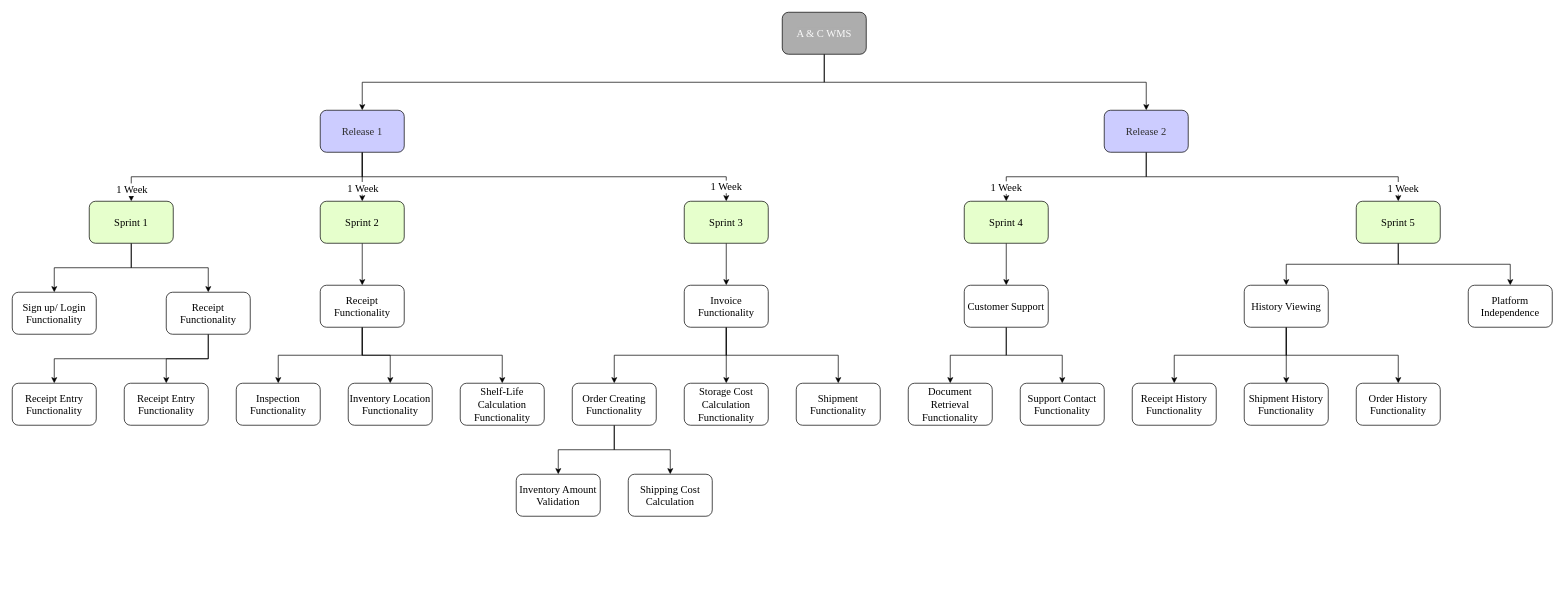
Before: Untitled Diagram.drawio in abhishekstha98/for-md, a draw.io diagram. Source tidied: cells renumbered, new cells numbered last; positions are measured from the earlier drawing's top-left corner, leaving out a move shared by most shapes. Both pictures are drawn from the tidied source at 70%, with x=0, y=0 at pixel (12, 12).
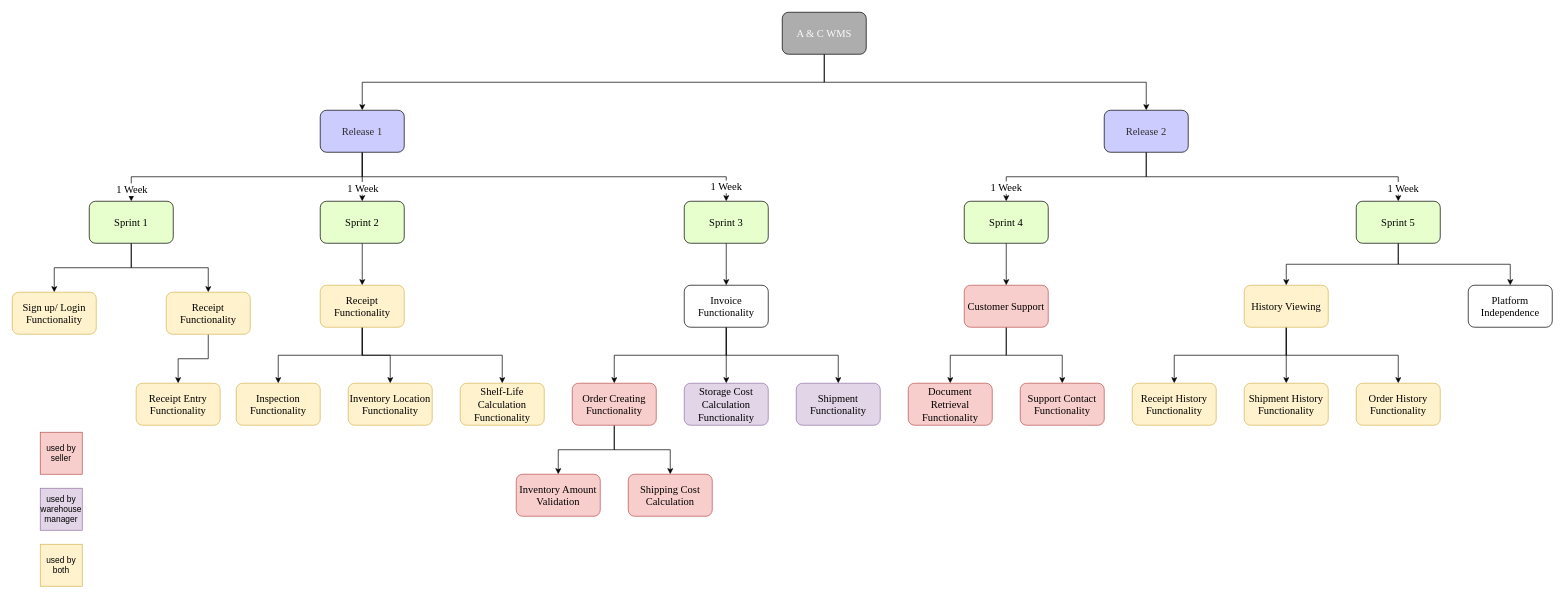
The same page after the edit.

What changed in the source:
```diff
@@
-    <mxCell id="19" value="Inspection Functionality" style="rounded=1;whiteSpace=wrap;html=1;fontSize=15;fontFamily=Times New Roman;" parent="1" vertex="1">
+    <mxCell id="19" value="Inspection Functionality" style="rounded=1;whiteSpace=wrap;html=1;fontSize=15;fontFamily=Times New Roman;fillColor=#fff2cc;strokeColor=#d6b656;" parent="1" vertex="1">
       <mxGeometry x="320" y="530" width="120" height="60" as="geometry" />
     </mxCell>
-    <mxCell id="20" value="Inventory Location Functionality" style="rounded=1;whiteSpace=wrap;html=1;fontSize=15;fontFamily=Times New Roman;" parent="1" vertex="1">
+    <mxCell id="20" value="Inventory Location Functionality" style="rounded=1;whiteSpace=wrap;html=1;fontSize=15;fontFamily=Times New Roman;fillColor=#fff2cc;strokeColor=#d6b656;" parent="1" vertex="1">
       <mxGeometry x="480" y="530" width="120" height="60" as="geometry" />
     </mxCell>
-    <mxCell id="21" value="Shelf-Life Calculation Functionality" style="rounded=1;whiteSpace=wrap;html=1;fontSize=15;fontFamily=Times New Roman;" parent="1" vertex="1">
+    <mxCell id="21" value="Shelf-Life Calculation Functionality" style="rounded=1;whiteSpace=wrap;html=1;fontSize=15;fontFamily=Times New Roman;fillColor=#fff2cc;strokeColor=#d6b656;" parent="1" vertex="1">
       <mxGeometry x="640" y="530" width="120" height="60" as="geometry" />
     </mxCell>
-    <mxCell id="22" value="Receipt Entry Functionality" style="rounded=1;whiteSpace=wrap;html=1;fontSize=15;fontFamily=Times New Roman;" parent="1" vertex="1">
-      <mxGeometry x="160" y="530" width="120" height="60" as="geometry" />
+    <mxCell id="22" value="Receipt Entry Functionality" style="rounded=1;whiteSpace=wrap;html=1;fontSize=15;fontFamily=Times New Roman;fillColor=#fff2cc;strokeColor=#d6b656;" parent="1" vertex="1">
+      <mxGeometry x="177" y="530" width="120" height="60" as="geometry" />
     </mxCell>
@@
-    <mxCell id="27" value="Order Creating Functionality" style="rounded=1;whiteSpace=wrap;html=1;fontSize=15;fontFamily=Times New Roman;" parent="1" vertex="1">
+    <mxCell id="27" value="Order Creating Functionality" style="rounded=1;whiteSpace=wrap;html=1;fontSize=15;fontFamily=Times New Roman;fillColor=#f8cecc;strokeColor=#b85450;" parent="1" vertex="1">
       <mxGeometry x="800" y="530" width="120" height="60" as="geometry" />
     </mxCell>
-    <mxCell id="28" value="Storage Cost Calculation Functionality" style="rounded=1;whiteSpace=wrap;html=1;fontSize=15;fontFamily=Times New Roman;" parent="1" vertex="1">
+    <mxCell id="28" value="Storage Cost Calculation Functionality" style="rounded=1;whiteSpace=wrap;html=1;fontSize=15;fontFamily=Times New Roman;fillColor=#e1d5e7;strokeColor=#9673a6;" parent="1" vertex="1">
       <mxGeometry x="960" y="530" width="120" height="60" as="geometry" />
     </mxCell>
-    <mxCell id="29" value="Shipment Functionality" style="rounded=1;whiteSpace=wrap;html=1;fontSize=15;fontFamily=Times New Roman;" parent="1" vertex="1">
+    <mxCell id="29" value="Shipment Functionality" style="rounded=1;whiteSpace=wrap;html=1;fontSize=15;fontFamily=Times New Roman;fillColor=#e1d5e7;strokeColor=#9673a6;" parent="1" vertex="1">
       <mxGeometry x="1120" y="530" width="120" height="60" as="geometry" />
     </mxCell>
-    <mxCell id="30" value="Shipping Cost Calculation" style="rounded=1;whiteSpace=wrap;html=1;fontSize=15;fontFamily=Times New Roman;" parent="1" vertex="1">
+    <mxCell id="30" value="Shipping Cost Calculation" style="rounded=1;whiteSpace=wrap;html=1;fontSize=15;fontFamily=Times New Roman;fillColor=#f8cecc;strokeColor=#b85450;" parent="1" vertex="1">
       <mxGeometry x="880" y="660" width="120" height="60" as="geometry" />
     </mxCell>
-    <mxCell id="31" value="Inventory Amount Validation" style="rounded=1;whiteSpace=wrap;html=1;fontSize=15;fontFamily=Times New Roman;" parent="1" vertex="1">
+    <mxCell id="31" value="Inventory Amount Validation" style="rounded=1;whiteSpace=wrap;html=1;fontSize=15;fontFamily=Times New Roman;fillColor=#f8cecc;strokeColor=#b85450;" parent="1" vertex="1">
       <mxGeometry x="720" y="660" width="120" height="60" as="geometry" />
     </mxCell>
@@
-    <mxCell id="34" value="Customer Support" style="rounded=1;whiteSpace=wrap;html=1;fontSize=15;fontFamily=Times New Roman;" parent="1" vertex="1">
+    <mxCell id="34" value="Customer Support" style="rounded=1;whiteSpace=wrap;html=1;fontSize=15;fontFamily=Times New Roman;fillColor=#f8cecc;strokeColor=#b85450;" parent="1" vertex="1">
       <mxGeometry x="1360" y="390" width="120" height="60" as="geometry" />
     </mxCell>
-    <mxCell id="35" value="Support Contact Functionality" style="rounded=1;whiteSpace=wrap;html=1;fontSize=15;fontFamily=Times New Roman;" parent="1" vertex="1">
+    <mxCell id="35" value="Support Contact Functionality" style="rounded=1;whiteSpace=wrap;html=1;fontSize=15;fontFamily=Times New Roman;fillColor=#f8cecc;strokeColor=#b85450;" parent="1" vertex="1">
       <mxGeometry x="1440" y="530" width="120" height="60" as="geometry" />
     </mxCell>
-    <mxCell id="36" value="Document Retrieval Functionality" style="rounded=1;whiteSpace=wrap;html=1;fontSize=15;fontFamily=Times New Roman;" parent="1" vertex="1">
+    <mxCell id="36" value="Document Retrieval Functionality" style="rounded=1;whiteSpace=wrap;html=1;fontSize=15;fontFamily=Times New Roman;fillColor=#f8cecc;strokeColor=#b85450;" parent="1" vertex="1">
       <mxGeometry x="1280" y="530" width="120" height="60" as="geometry" />
     </mxCell>
@@
-    <mxCell id="40" value="History Viewing" style="rounded=1;whiteSpace=wrap;html=1;fontSize=15;fontFamily=Times New Roman;" parent="1" vertex="1">
+    <mxCell id="40" value="History Viewing" style="rounded=1;whiteSpace=wrap;html=1;fontSize=15;fontFamily=Times New Roman;fillColor=#fff2cc;strokeColor=#d6b656;" parent="1" vertex="1">
       <mxGeometry x="1760" y="390" width="120" height="60" as="geometry" />
     </mxCell>
-    <mxCell id="41" value="Receipt History Functionality" style="rounded=1;whiteSpace=wrap;html=1;fontSize=15;fontFamily=Times New Roman;" parent="1" vertex="1">
+    <mxCell id="41" value="Receipt History Functionality" style="rounded=1;whiteSpace=wrap;html=1;fontSize=15;fontFamily=Times New Roman;fillColor=#fff2cc;strokeColor=#d6b656;" parent="1" vertex="1">
       <mxGeometry x="1600" y="530" width="120" height="60" as="geometry" />
     </mxCell>
-    <mxCell id="42" value="Shipment History Functionality" style="rounded=1;whiteSpace=wrap;html=1;fontSize=15;fontFamily=Times New Roman;" parent="1" vertex="1">
+    <mxCell id="42" value="Shipment History Functionality" style="rounded=1;whiteSpace=wrap;html=1;fontSize=15;fontFamily=Times New Roman;fillColor=#fff2cc;strokeColor=#d6b656;" parent="1" vertex="1">
       <mxGeometry x="1760" y="530" width="120" height="60" as="geometry" />
     </mxCell>
-    <mxCell id="43" value="Order History Functionality" style="rounded=1;whiteSpace=wrap;html=1;fontSize=15;fontFamily=Times New Roman;" parent="1" vertex="1">
+    <mxCell id="43" value="Order History Functionality" style="rounded=1;whiteSpace=wrap;html=1;fontSize=15;fontFamily=Times New Roman;fillColor=#fff2cc;strokeColor=#d6b656;" parent="1" vertex="1">
       <mxGeometry x="1920" y="530" width="120" height="60" as="geometry" />
     </mxCell>
@@
-    <mxCell id="45" value="Sign up/ Login Functionality" style="rounded=1;whiteSpace=wrap;html=1;fontSize=15;fontFamily=Times New Roman;" parent="1" vertex="1">
+    <mxCell id="45" value="Sign up/ Login Functionality" style="rounded=1;whiteSpace=wrap;html=1;fontSize=15;fontFamily=Times New Roman;fillColor=#fff2cc;strokeColor=#d6b656;" parent="1" vertex="1">
       <mxGeometry y="400" width="120" height="60" as="geometry" />
     </mxCell>
-    <mxCell id="46" value="Receipt Entry Functionality" style="rounded=1;whiteSpace=wrap;html=1;fontSize=15;fontFamily=Times New Roman;" parent="1" vertex="1">
-      <mxGeometry y="530" width="120" height="60" as="geometry" />
-    </mxCell>
-    <mxCell id="47" style="edgeStyle=orthogonalEdgeStyle;rounded=0;jettySize=auto;html=1;exitX=0.5;exitY=1;exitDx=0;exitDy=0;entryX=0.5;entryY=0;entryDx=0;entryDy=0;fontFamily=Times New Roman;fontSize=15;" parent="1" edge="1" source="49" target="46">
-      <mxGeometry relative="1" as="geometry" />
-    </mxCell>
@@
-    <mxCell id="49" value="Receipt Functionality" style="rounded=1;whiteSpace=wrap;html=1;fontSize=15;fontFamily=Times New Roman;" parent="1" vertex="1">
+    <mxCell id="49" value="Receipt Functionality" style="rounded=1;whiteSpace=wrap;html=1;fontSize=15;fontFamily=Times New Roman;fillColor=#fff2cc;strokeColor=#d6b656;" parent="1" vertex="1">
       <mxGeometry x="220" y="400" width="120" height="60" as="geometry" />
     </mxCell>
@@
-    <mxCell id="53" value="Receipt Functionality" style="rounded=1;whiteSpace=wrap;html=1;fontSize=15;fontFamily=Times New Roman;" parent="1" vertex="1">
+    <mxCell id="53" value="Receipt Functionality" style="rounded=1;whiteSpace=wrap;html=1;fontSize=15;fontFamily=Times New Roman;fillColor=#fff2cc;strokeColor=#d6b656;" parent="1" vertex="1">
       <mxGeometry x="440" y="390" width="120" height="60" as="geometry" />
     </mxCell>
@@
+    <mxCell id="63" value="used by seller" style="whiteSpace=wrap;html=1;fillColor=#f8cecc;strokeColor=#b85450;" parent="1" vertex="1">
+      <mxGeometry x="40" y="600" width="60" height="60" as="geometry" />
+    </mxCell>
+    <mxCell id="64" value="used by warehouse manager" style="whiteSpace=wrap;html=1;fillColor=#e1d5e7;strokeColor=#9673a6;" parent="1" vertex="1">
+      <mxGeometry x="40" y="680" width="60" height="60" as="geometry" />
+    </mxCell>
+    <mxCell id="65" value="used by both" style="whiteSpace=wrap;html=1;fillColor=#fff2cc;strokeColor=#d6b656;" parent="1" vertex="1">
+      <mxGeometry x="40" y="760" width="60" height="60" as="geometry" />
+    </mxCell>
```
